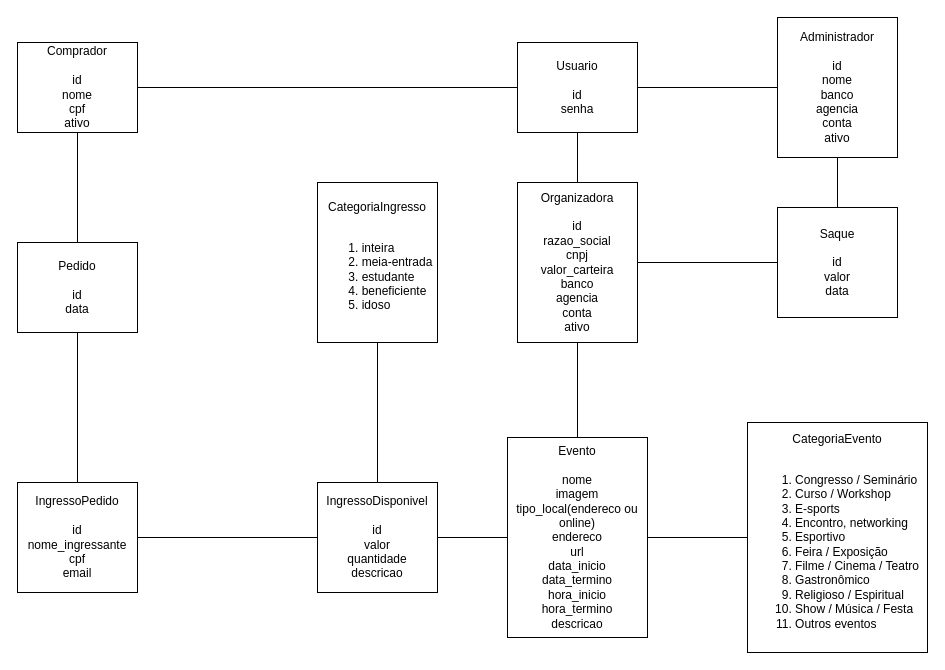
This is files/Banco de Dados/esboco.drawio from heltonricardo/ingressoja-api, a draw.io file, before an edit. Source tidied: cells renumbered, new cells numbered last; positions are measured from the earlier drawing's top-left corner, leaving out a move shared by most shapes. Both pictures are drawn from the tidied source at 100%, with x=0, y=0 at pixel (17, 17).
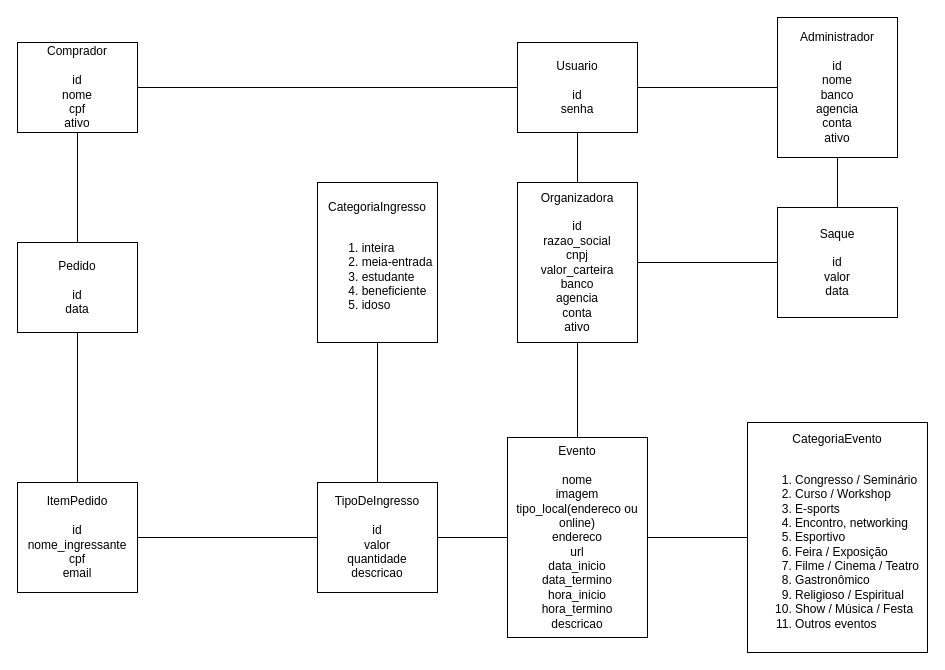
The same diagram, later.

What changed in the source:
```diff
@@
-    <mxCell id="14" value="IngressoPedido&lt;br&gt;&lt;br&gt;id&lt;br&gt;nome_ingressante&lt;br&gt;cpf&lt;br&gt;email" style="rounded=0;whiteSpace=wrap;html=1;" parent="1" vertex="1">
+    <mxCell id="14" value="ItemPedido&lt;br&gt;&lt;br&gt;id&lt;br&gt;nome_ingressante&lt;br&gt;cpf&lt;br&gt;email" style="rounded=0;whiteSpace=wrap;html=1;" parent="1" vertex="1">
       <mxGeometry y="465" width="120" height="110" as="geometry" />
     </mxCell>
@@
-    <mxCell id="19" value="IngressoDisponivel&lt;br&gt;&lt;br&gt;id&lt;br&gt;valor&lt;br&gt;quantidade&lt;br&gt;descricao" style="rounded=0;whiteSpace=wrap;html=1;" parent="1" vertex="1">
+    <mxCell id="19" value="TipoDeIngresso&lt;br&gt;&lt;br&gt;id&lt;br&gt;valor&lt;br&gt;quantidade&lt;br&gt;descricao" style="rounded=0;whiteSpace=wrap;html=1;" parent="1" vertex="1">
       <mxGeometry x="300" y="465" width="120" height="110" as="geometry" />
     </mxCell>
```
